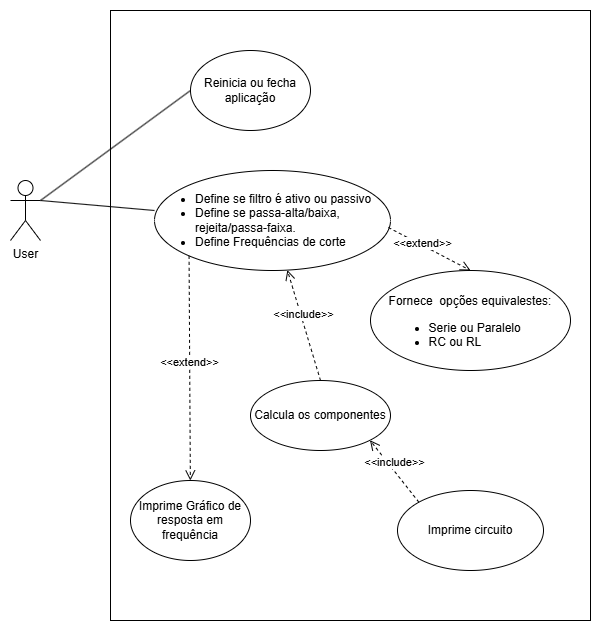
The draw.io diagram ProjetoFinal/img/Diagrama_caso_uso_PJ.png in EEletronicChris/prgOO, before a commit. Source tidied: cells renumbered, new cells last; positions are measured from the earlier drawing's top-left corner, leaving out a move shared by most shapes.
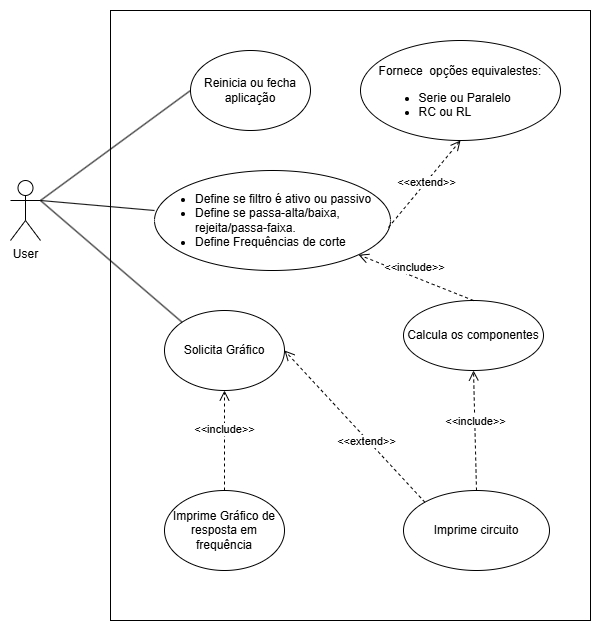
The same file after the commit.

Change to the diagram source:
```diff
@@ -17,28 +17,25 @@
       </mxGeometry>
     </mxCell>
     <mxCell id="6" value="Calcula os componentes" style="ellipse;whiteSpace=wrap;html=1;" parent="1" vertex="1">
-      <mxGeometry x="240" y="370" width="140" height="70" as="geometry" />
+      <mxGeometry x="393" y="290" width="140" height="70" as="geometry" />
     </mxCell>
     <mxCell id="7" value="&amp;lt;&amp;lt;include&amp;gt;&amp;gt;" style="html=1;verticalAlign=bottom;endArrow=open;dashed=1;endSize=8;curved=0;rounded=0;exitX=0.5;exitY=0;exitDx=0;exitDy=0;" parent="1" edge="1" source="6" target="4">
       <mxGeometry x="0.04" relative="1" as="geometry" />
     </mxCell>
-    <mxCell id="8" value="&amp;lt;&amp;lt;extend&amp;gt;&amp;gt;" style="html=1;verticalAlign=bottom;endArrow=open;dashed=1;endSize=8;curved=0;rounded=0;exitX=0.991;exitY=0.57;exitDx=0;exitDy=0;entryX=0.5;entryY=0;entryDx=0;entryDy=0;exitPerimeter=0;" parent="1" edge="1" source="4" target="9">
+    <mxCell id="8" value="&amp;lt;&amp;lt;extend&amp;gt;&amp;gt;" style="html=1;verticalAlign=bottom;endArrow=open;dashed=1;endSize=8;curved=0;rounded=0;exitX=0.991;exitY=0.57;exitDx=0;exitDy=0;entryX=0.5;entryY=1;entryDx=0;entryDy=0;exitPerimeter=0;" parent="1" edge="1" source="4" target="9">
       <mxGeometry x="-0.08" y="-6" relative="1" as="geometry" />
     </mxCell>
     <mxCell id="9" value="&lt;div&gt;&lt;br&gt;&lt;/div&gt;&lt;div&gt;&lt;br&gt;&lt;/div&gt;Fornece&amp;nbsp; opções equivalestes:&lt;div&gt;&lt;div style=&quot;text-align: left;&quot;&gt;&lt;ul&gt;&lt;li&gt;Serie ou Paralelo&lt;/li&gt;&lt;li&gt;RC ou RL&lt;/li&gt;&lt;/ul&gt;&lt;/div&gt;&lt;div&gt;&lt;br&gt;&lt;/div&gt;&lt;/div&gt;" style="ellipse;whiteSpace=wrap;html=1;" parent="1" vertex="1">
-      <mxGeometry x="360" y="260" width="200" height="100" as="geometry" />
+      <mxGeometry x="350" y="30" width="200" height="100" as="geometry" />
     </mxCell>
     <mxCell id="10" value="Imprime circuito" style="ellipse;whiteSpace=wrap;html=1;" parent="1" vertex="1">
-      <mxGeometry x="387" y="480" width="146" height="80" as="geometry" />
+      <mxGeometry x="393" y="480" width="146" height="80" as="geometry" />
     </mxCell>
-    <mxCell id="11" value="&amp;lt;&amp;lt;include&amp;gt;&amp;gt;" style="html=1;verticalAlign=bottom;endArrow=open;dashed=1;endSize=8;curved=0;rounded=0;entryX=1;entryY=1;entryDx=0;entryDy=0;exitX=0;exitY=0;exitDx=0;exitDy=0;" parent="1" edge="1" source="10" target="6">
+    <mxCell id="11" value="&amp;lt;&amp;lt;include&amp;gt;&amp;gt;" style="html=1;verticalAlign=bottom;endArrow=open;dashed=1;endSize=8;curved=0;rounded=0;entryX=0.5;entryY=1;entryDx=0;entryDy=0;exitX=0.5;exitY=0;exitDx=0;exitDy=0;" parent="1" edge="1" source="10" target="6">
       <mxGeometry relative="1" as="geometry" />
     </mxCell>
-    <mxCell id="12" value="&amp;lt;&amp;lt;extend&amp;gt;&amp;gt;" style="html=1;verticalAlign=bottom;endArrow=open;dashed=1;endSize=8;curved=0;rounded=0;exitX=0;exitY=1;exitDx=0;exitDy=0;" parent="1" edge="1" source="4" target="13">
-      <mxGeometry x="0.04" relative="1" as="geometry" />
-    </mxCell>
     <mxCell id="13" value="Imprime Gráfico de resposta em frequência" style="ellipse;whiteSpace=wrap;html=1;" parent="1" vertex="1">
-      <mxGeometry x="120" y="470" width="120" height="80" as="geometry" />
+      <mxGeometry x="154" y="480" width="120" height="80" as="geometry" />
     </mxCell>
     <mxCell id="14" value="Reinicia ou fecha aplicação" style="ellipse;whiteSpace=wrap;html=1;" parent="1" vertex="1">
       <mxGeometry x="180" y="40" width="120" height="80" as="geometry" />
@@ -49,5 +46,19 @@
         <mxPoint x="180" y="80" as="targetPoint" />
       </mxGeometry>
     </mxCell>
+    <mxCell id="16" value="Solicita Gráfico" style="ellipse;whiteSpace=wrap;html=1;" parent="1" vertex="1">
+      <mxGeometry x="154" y="300" width="120" height="80" as="geometry" />
+    </mxCell>
+    <mxCell id="17" style="endArrow=none;html=1;rounded=0;exitX=1;exitY=0.3333333333333333;exitDx=0;exitDy=0;exitPerimeter=0;entryX=0;entryY=0;entryDx=0;entryDy=0;" parent="1" edge="1" source="2" target="16">
+      <mxGeometry relative="1" as="geometry" />
+    </mxCell>
+    <mxCell id="12" value="&amp;lt;&amp;lt;extend&amp;gt;&amp;gt;" style="html=1;verticalAlign=bottom;endArrow=open;dashed=1;endSize=8;curved=0;rounded=0;exitX=0;exitY=0;exitDx=0;exitDy=0;entryX=1;entryY=0.5;entryDx=0;entryDy=0;" parent="1" edge="1" source="10" target="16">
+      <mxGeometry x="-0.25" y="7" relative="1" as="geometry">
+        <mxPoint y="1" as="offset" />
+      </mxGeometry>
+    </mxCell>
+    <mxCell id="18" value="&amp;lt;&amp;lt;include&amp;gt;&amp;gt;" style="html=1;verticalAlign=bottom;endArrow=open;dashed=1;endSize=8;curved=0;rounded=0;exitX=0.5;exitY=0;exitDx=0;exitDy=0;entryX=0.5;entryY=1;entryDx=0;entryDy=0;" parent="1" edge="1" source="13" target="16">
+      <mxGeometry x="0.04" relative="1" as="geometry" />
+    </mxCell>
   </root>
 </mxGraphModel>
```
